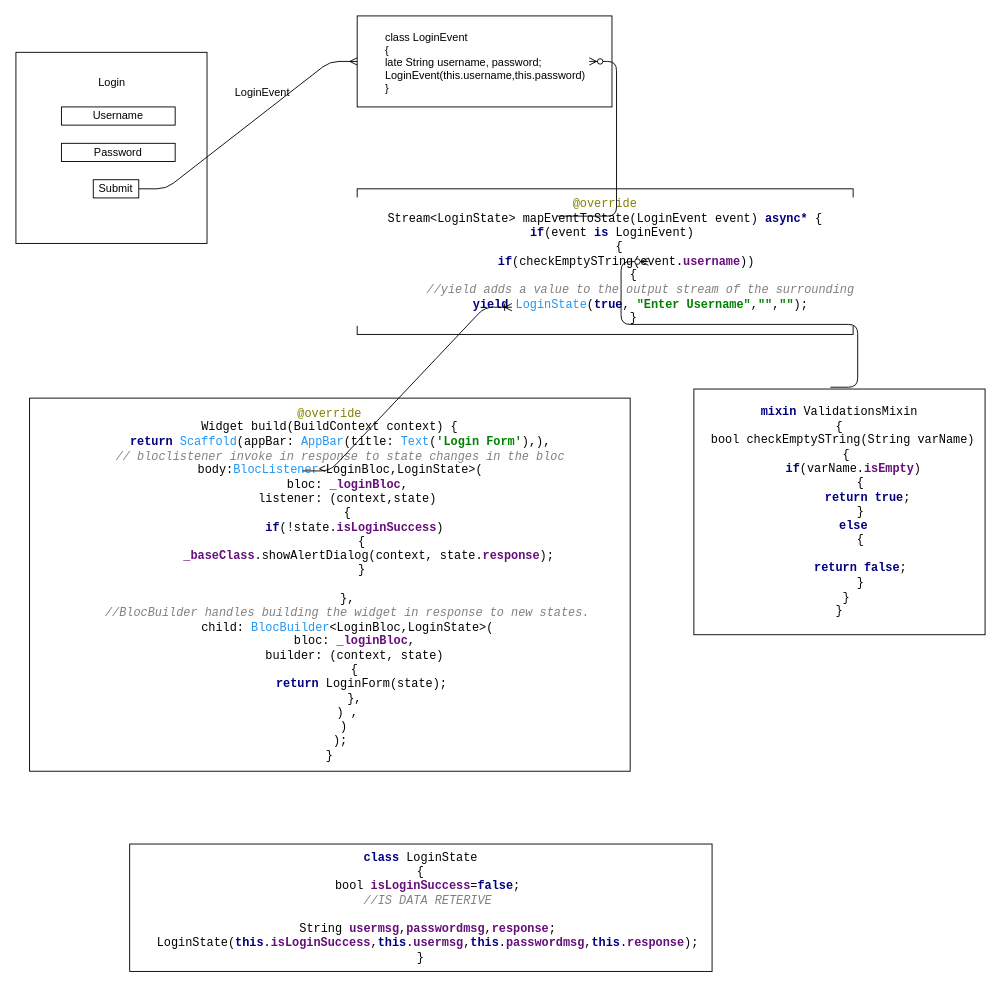
Rpsaini/dev1 keeps this draw.io diagram as Untitled Diagram.drawio. Above is the earlier version. Source tidied: cells renumbered, new cells numbered last; positions are measured from the earlier drawing's top-left corner, leaving out a move shared by most shapes. Both pictures are drawn from the tidied source at 91%, with x=0, y=0 at pixel (15, 15).
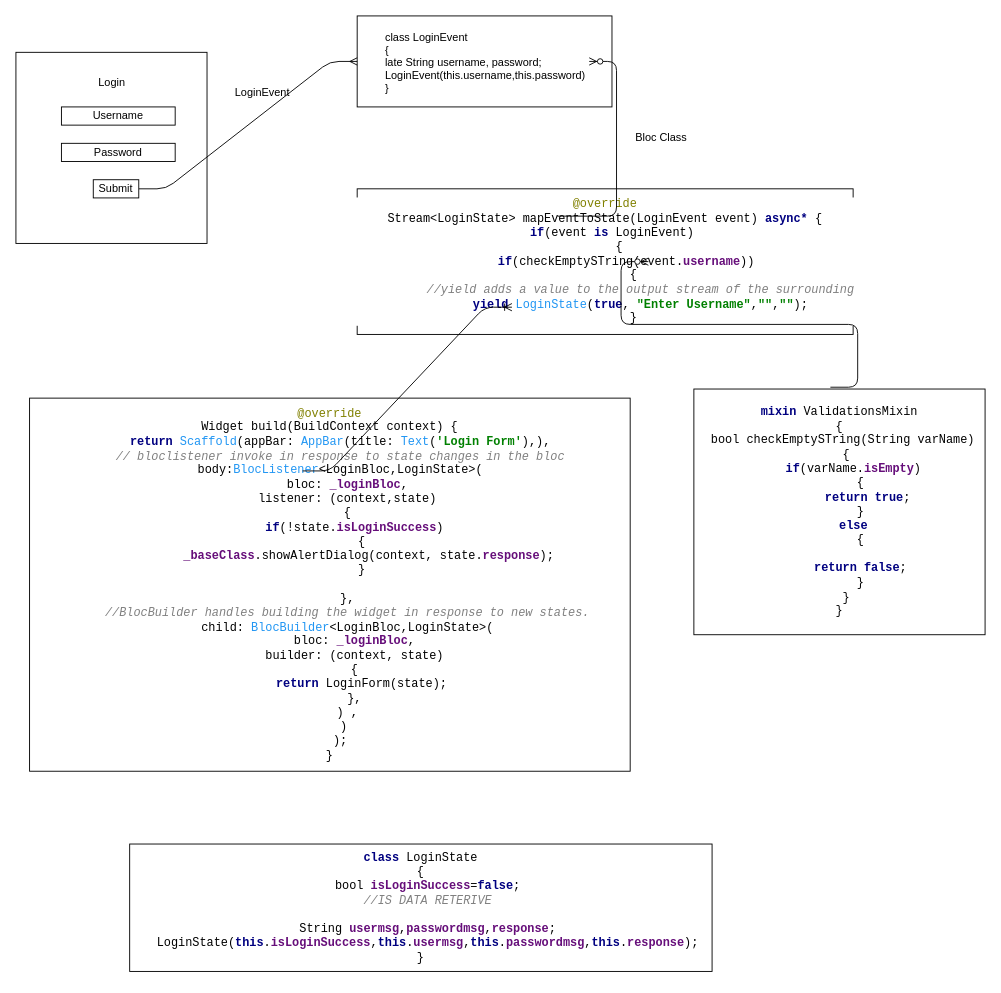
The same page after the edit.

What changed in the source:
```diff
@@
+    <mxCell id="18" value="Bloc Class" style="text;strokeColor=none;fillColor=none;spacingLeft=4;spacingRight=4;overflow=hidden;fontSize=12;" parent="1" vertex="1">
+      <mxGeometry x="675" y="120" width="130" height="30" as="geometry" />
+    </mxCell>
```
